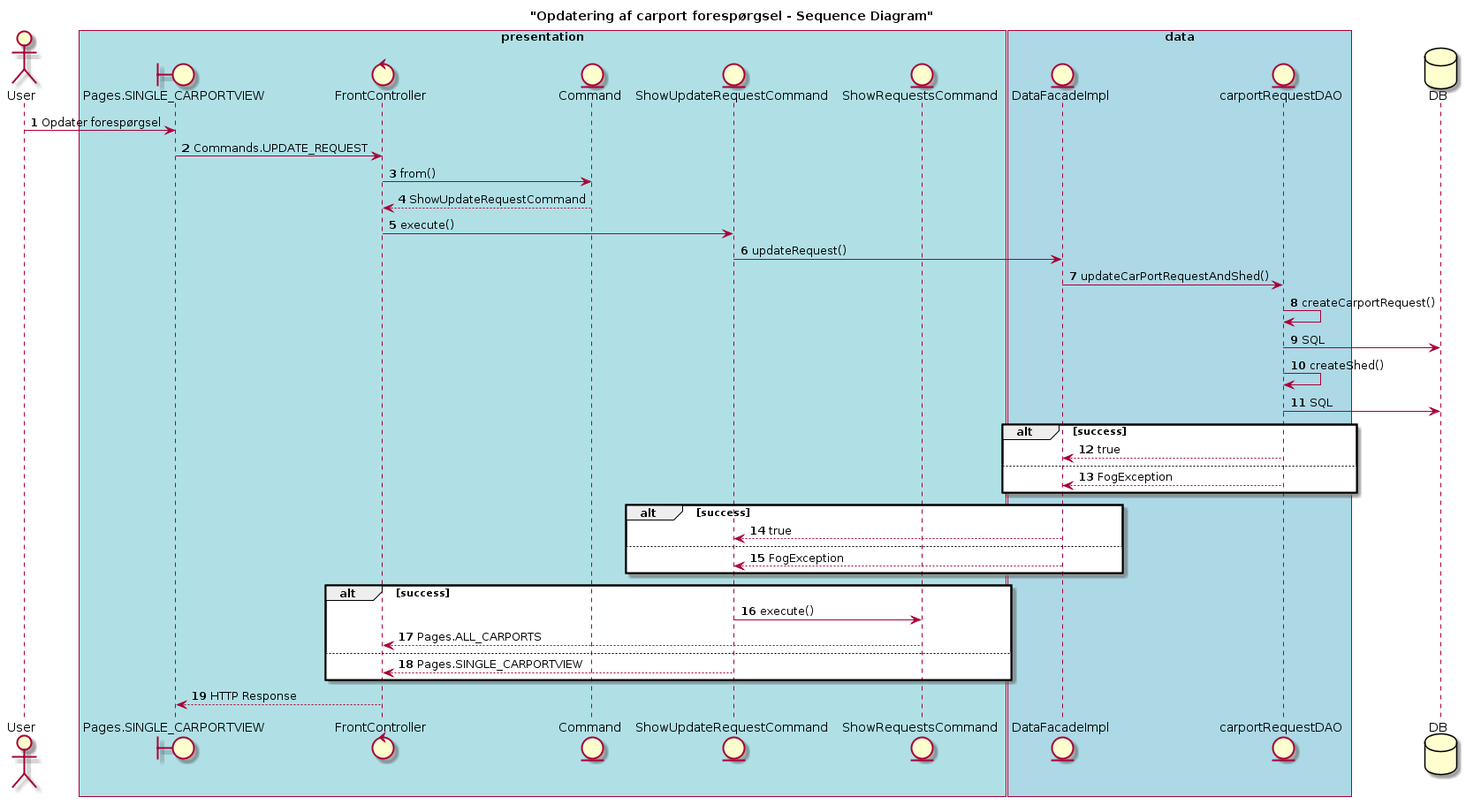
Earlier version of the PlantUML export Analysedokumenter/SSD opdater forespørgsel.png (CK2800/Fog).
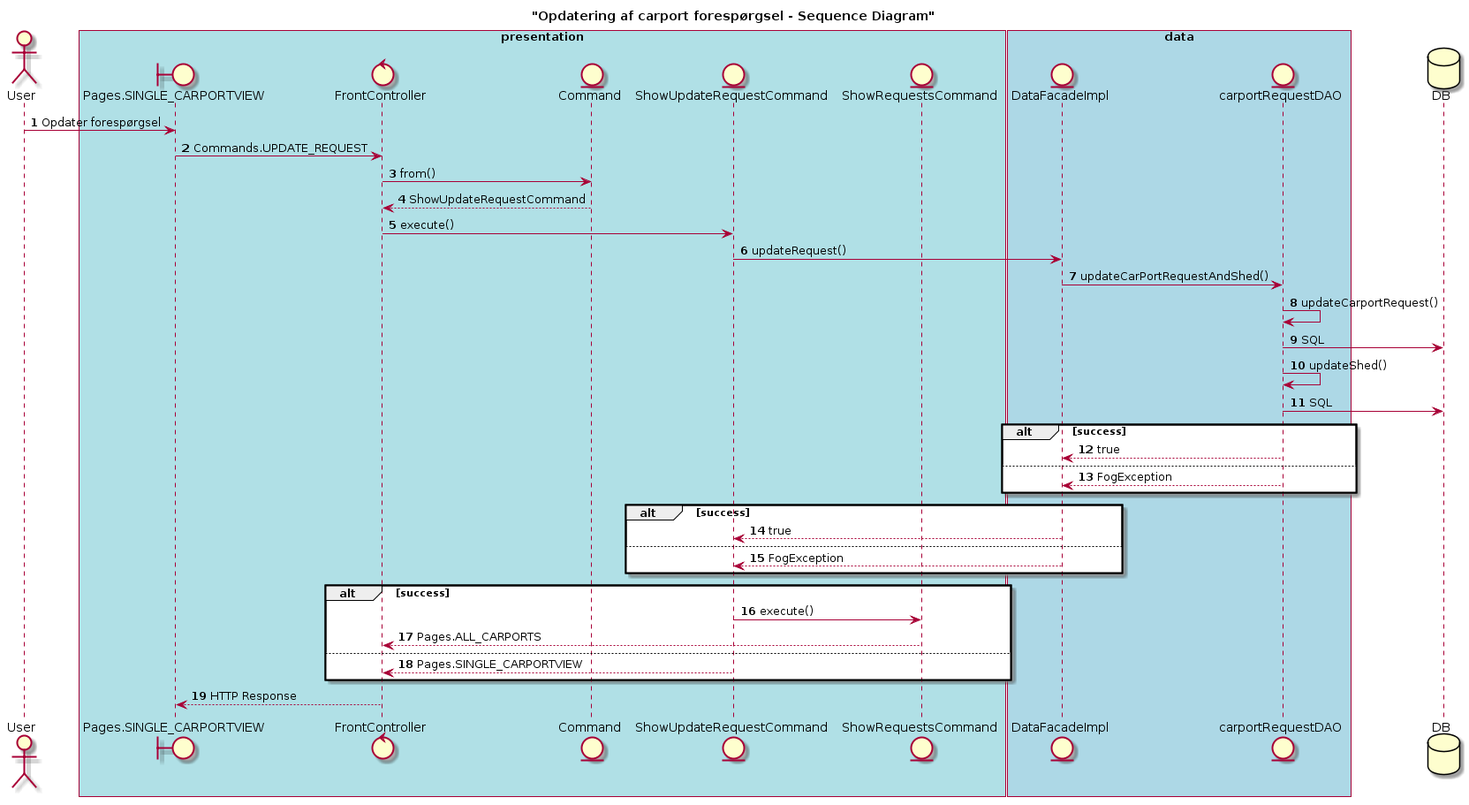
After the commit.

Change to the diagram source:
```diff
@@ -26,9 +26,9 @@
 FC -> SURC: execute()
 SURC-> DF : updateRequest()
 DF->crDAO : updateCarPortRequestAndShed()
-crDAO->crDAO: createCarportRequest()
+crDAO->crDAO: updateCarportRequest()
 crDAO-> DB: SQL
-crDAO->crDAO: createShed()
+crDAO->crDAO: updateShed()
 crDAO-> DB: SQL
 alt success
 crDAO-->DF: true
```
